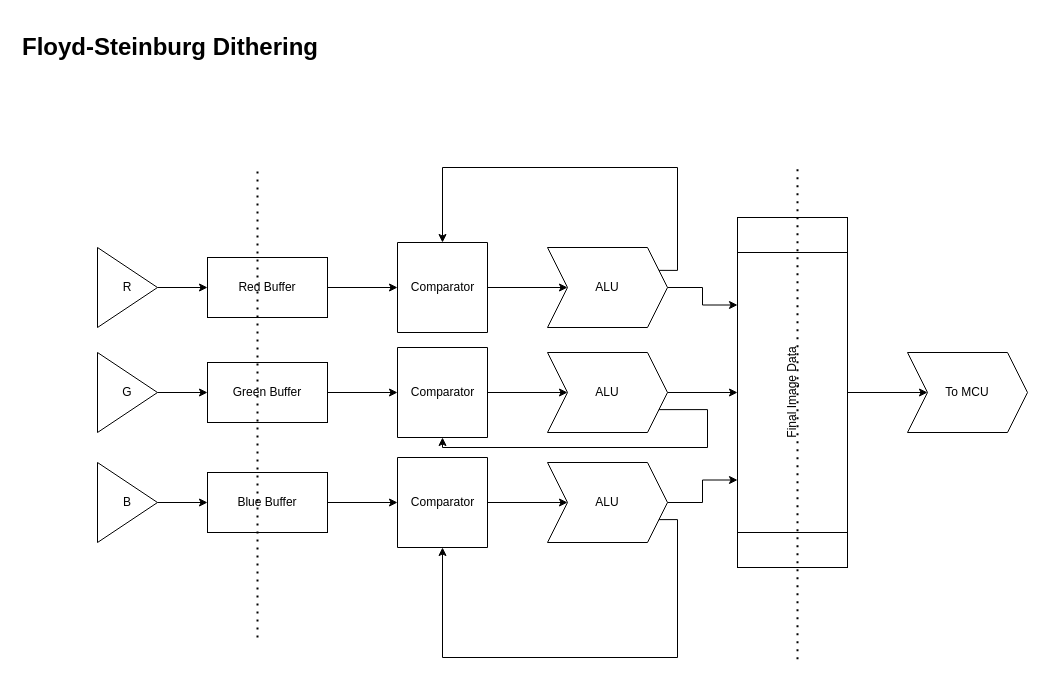
Above: Proposal/fpga_image_processing.drawio in Jellyyz/Floyd-Steinberg-Dithering-Hardware-Accelerator (draw.io), before the change. Source tidied: cells renumbered, new cells numbered last; positions are measured from the earlier drawing's top-left corner, leaving out a move shared by most shapes. Both pictures are drawn from the tidied source at 100%, with x=0, y=0 at pixel (17, 27).
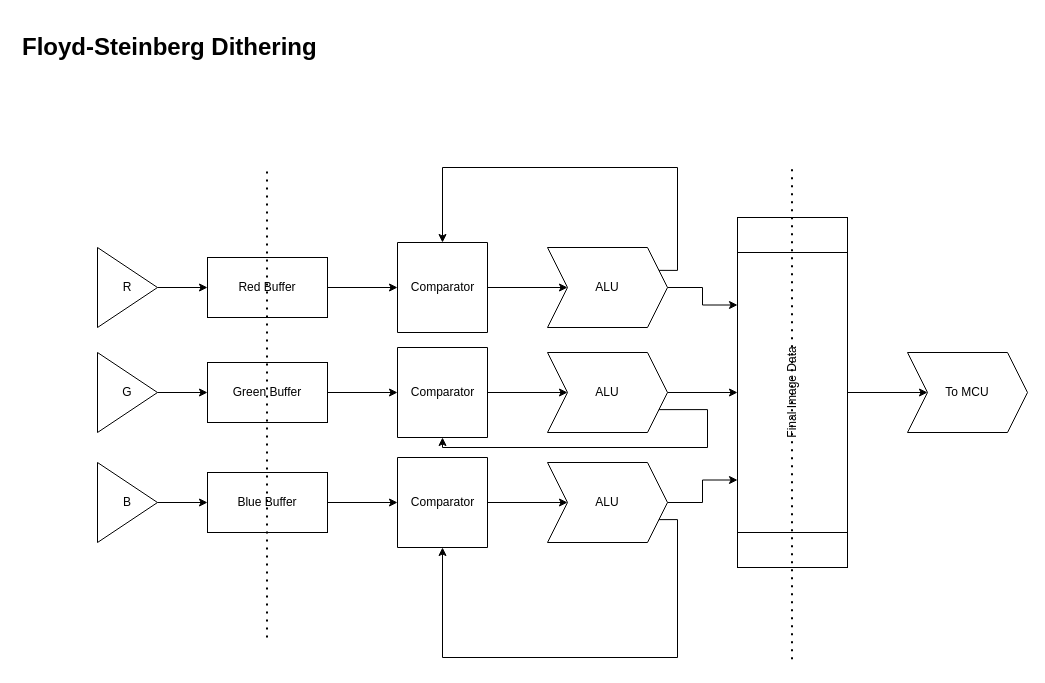
The same page after the edit.

Diff of the diagram source:
```diff
@@
-    <mxCell id="9" value="&lt;h1&gt;Floyd-Steinburg Dithering&lt;/h1&gt;" style="text;html=1;strokeColor=none;fillColor=none;spacing=5;spacingTop=-20;whiteSpace=wrap;overflow=hidden;rounded=0;" parent="1" vertex="1">
+    <mxCell id="9" value="&lt;h1&gt;Floyd-Steinberg Dithering&lt;/h1&gt;" style="text;html=1;strokeColor=none;fillColor=none;spacing=5;spacingTop=-20;whiteSpace=wrap;overflow=hidden;rounded=0;" parent="1" vertex="1">
       <mxGeometry width="370" height="120" as="geometry" />
     </mxCell>
@@
     <mxCell id="36" style="endArrow=none;dashed=1;html=1;dashPattern=1 3;strokeWidth=2;rounded=0;" parent="1" edge="1">
       <mxGeometry relative="1" as="geometry">
-        <mxPoint x="240" y="610" as="sourcePoint" />
-        <mxPoint x="240" y="140" as="targetPoint" />
+        <mxPoint x="249.5" y="610" as="sourcePoint" />
+        <mxPoint x="249.5" y="140" as="targetPoint" />
       </mxGeometry>
     </mxCell>
     <mxCell id="37" style="endArrow=none;dashed=1;html=1;dashPattern=1 3;strokeWidth=2;rounded=0;" parent="1" edge="1">
       <mxGeometry relative="1" as="geometry">
-        <mxPoint x="780" y="631.7" as="sourcePoint" />
-        <mxPoint x="780" y="140" as="targetPoint" />
+        <mxPoint x="774.5" y="631.7" as="sourcePoint" />
+        <mxPoint x="774.5" y="140" as="targetPoint" />
       </mxGeometry>
     </mxCell>
```
